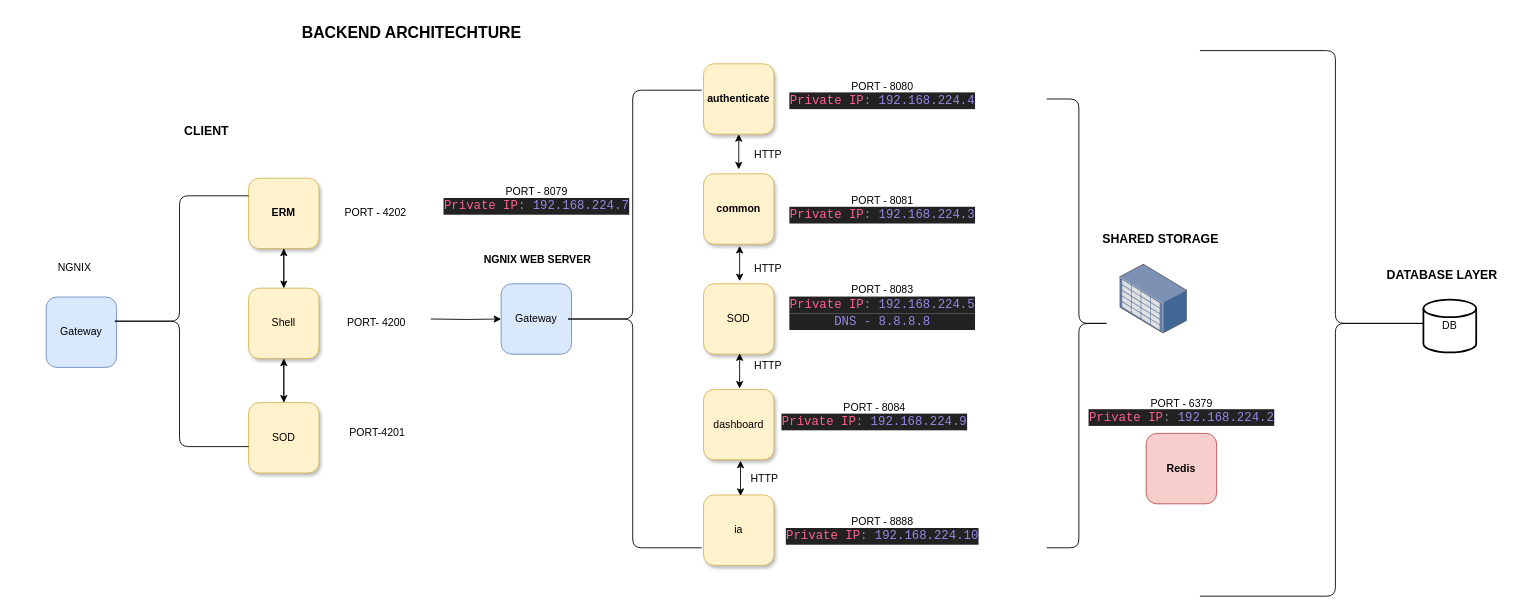
Above: Architechture.drawio in AvikM1996/draw.io (draw.io), before the change. Source tidied: cells renumbered, new cells numbered last; positions are measured from the earlier drawing's top-left corner, leaving out a move shared by most shapes. Both pictures are drawn from the tidied source at 88%, with x=0, y=0 at pixel (46, 15).
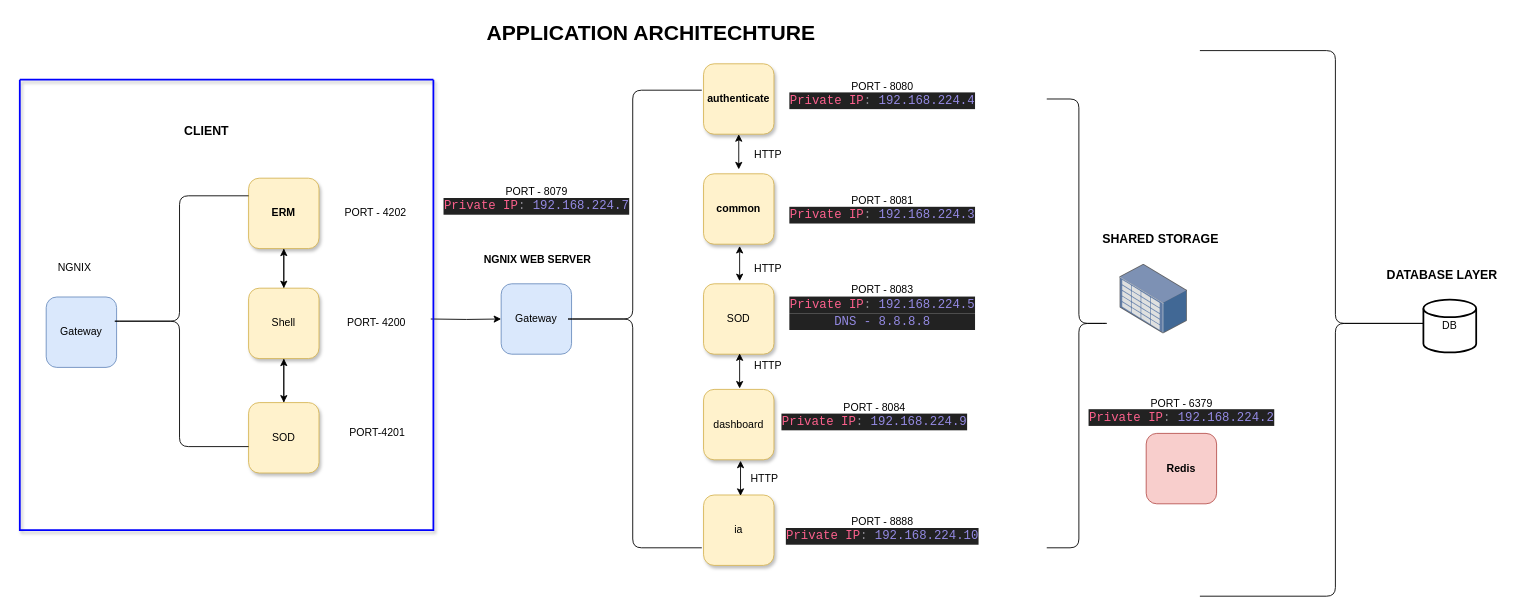
The same diagram, later.

Diff of the diagram source:
```diff
@@
-    <mxCell id="17" value="&lt;b&gt;&lt;font style=&quot;font-size: 18px;&quot;&gt;BACKEND ARCHITECHTURE&lt;/font&gt;&lt;/b&gt;" style="text;html=1;align=center;verticalAlign=middle;strokeColor=none;fillColor=none;" parent="1" vertex="1">
-      <mxGeometry x="280" width="270" height="40" as="geometry" />
+    <mxCell id="17" value="&lt;b&gt;&lt;font style=&quot;font-size: 24px; color: rgb(0, 0, 0);&quot;&gt;APPLICATION ARCHITECHTURE&lt;/font&gt;&lt;/b&gt;" style="text;html=1;align=center;verticalAlign=middle;strokeColor=none;fillColor=none;" parent="1" vertex="1">
+      <mxGeometry x="487" width="400" height="40" as="geometry" />
     </mxCell>
@@
+    <mxCell id="48" style="swimlane;startSize=0;shadow=1;strokeWidth=2;strokeColor=#0000FF;" parent="1" vertex="1">
+      <mxGeometry x="-30" y="73" width="470" height="512" as="geometry" />
+    </mxCell>
```
